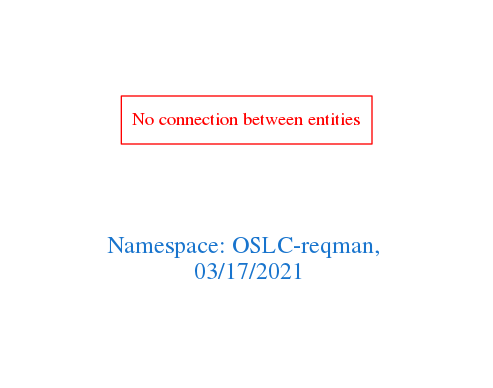
Above: downloads/OSLC-reqman.png in arago/OGIT (Graphviz), before the change. Its source is kept beside it as downloads/OSLC-reqman.dot.
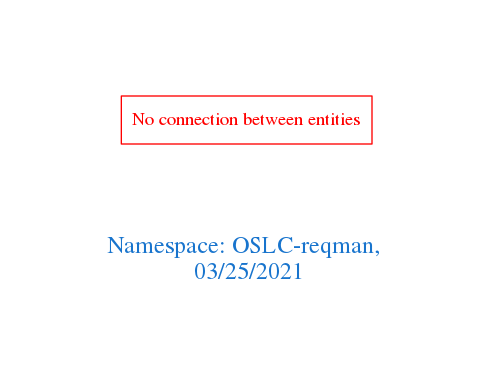
Later version of the same file.

Diff of the diagram source:
```diff
@@ -1,7 +1,7 @@
 digraph OGIT_ontology {
  graph [ rankdir= LR,pad=1
 fontsize = 18,
-fontcolor= dodgerblue3,label = "\n\n\nNamespace: OSLC-reqman, \n 03/17/2021"];
+fontcolor= dodgerblue3,label = "\n\n\nNamespace: OSLC-reqman, \n 03/25/2021"];
 node[shape=polygon];
 edge [  color="gray81"];
 
```
